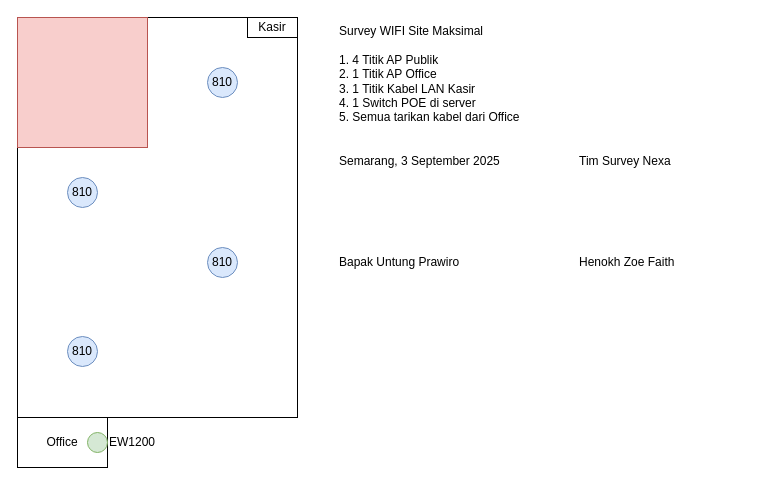
Before: Maksimal Billiard.drawio in hnkzf/topologi-site, a draw.io diagram. Source tidied: cells renumbered, new cells numbered last; positions are measured from the earlier drawing's top-left corner, leaving out a move shared by most shapes. Both pictures are drawn from the tidied source at 100%, with x=0, y=0 at pixel (17, 17).
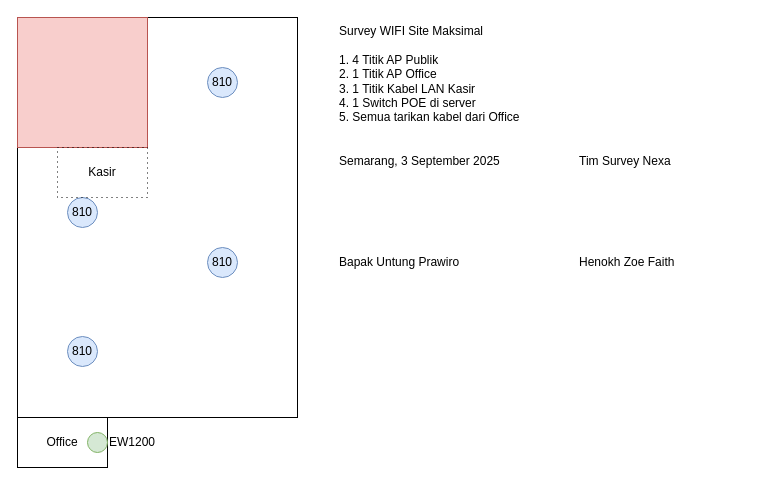
Above is the later version.

What changed in the source:
```diff
@@
 <mxGraphModel>
   <root>
     <mxCell id="0" />
     <mxCell id="1" parent="0" />
     <mxCell id="2" style="rounded=0;whiteSpace=wrap;html=1;" parent="1" vertex="1">
       <mxGeometry width="280" height="400" as="geometry" />
     </mxCell>
     <mxCell id="3" style="rounded=0;whiteSpace=wrap;html=1;fillColor=#f8cecc;strokeColor=#b85450;" parent="1" vertex="1">
       <mxGeometry width="130" height="130" as="geometry" />
     </mxCell>
     <mxCell id="4" value="810" style="ellipse;whiteSpace=wrap;html=1;fillColor=#dae8fc;strokeColor=#6c8ebf;" parent="1" vertex="1">
       <mxGeometry x="190" y="50" width="30" height="30" as="geometry" />
     </mxCell>
     <mxCell id="5" value="810" style="ellipse;whiteSpace=wrap;html=1;fillColor=#dae8fc;strokeColor=#6c8ebf;" parent="1" vertex="1">
-      <mxGeometry x="50" y="160" width="30" height="30" as="geometry" />
+      <mxGeometry x="50" y="180" width="30" height="30" as="geometry" />
     </mxCell>
     <mxCell id="6" value="810" style="ellipse;whiteSpace=wrap;html=1;fillColor=#dae8fc;strokeColor=#6c8ebf;" parent="1" vertex="1">
       <mxGeometry x="50" y="319" width="30" height="30" as="geometry" />
     </mxCell>
     <mxCell id="7" value="810" style="ellipse;whiteSpace=wrap;html=1;fillColor=#dae8fc;strokeColor=#6c8ebf;" parent="1" vertex="1">
       <mxGeometry x="190" y="230" width="30" height="30" as="geometry" />
     </mxCell>
-    <mxCell id="8" value="Kasir" style="rounded=0;whiteSpace=wrap;html=1;" parent="1" vertex="1">
-      <mxGeometry x="230" width="50" height="20" as="geometry" />
+    <mxCell id="8" value="Kasir" style="rounded=0;whiteSpace=wrap;html=1;fillColor=none;dashed=1;dashPattern=1 4;" parent="1" vertex="1">
+      <mxGeometry x="40" y="130" width="90" height="50" as="geometry" />
     </mxCell>
     <mxCell id="9" value="Office" style="rounded=0;whiteSpace=wrap;html=1;" parent="1" vertex="1">
       <mxGeometry y="400" width="90" height="50" as="geometry" />
     </mxCell>
     <mxCell id="10" value="Survey WIFI Site Maksimal&lt;div&gt;&lt;br&gt;&lt;/div&gt;&lt;div&gt;1. 4 Titik AP Publik&lt;/div&gt;&lt;div&gt;2. 1 Titik AP Office&lt;/div&gt;&lt;div&gt;3. 1 Titik Kabel LAN Kasir&lt;/div&gt;&lt;div&gt;4. 1 Switch POE di server&lt;/div&gt;&lt;div&gt;5. Semua tarikan kabel dari Office&lt;/div&gt;" style="text;html=1;align=left;verticalAlign=top;whiteSpace=wrap;rounded=0;" parent="1" vertex="1">
       <mxGeometry x="320" width="250" height="120" as="geometry" />
     </mxCell>
     <mxCell id="11" value="Semarang, 3 September 2025&lt;div&gt;&lt;br&gt;&lt;/div&gt;&lt;div&gt;&lt;br&gt;&lt;/div&gt;&lt;div&gt;&lt;br&gt;&lt;/div&gt;&lt;div&gt;&lt;br&gt;&lt;/div&gt;&lt;div&gt;&lt;br&gt;&lt;/div&gt;&lt;div&gt;&lt;br&gt;&lt;/div&gt;&lt;div&gt;Bapak Untung Prawiro&lt;/div&gt;" style="text;html=1;align=left;verticalAlign=top;whiteSpace=wrap;rounded=0;" parent="1" vertex="1">
       <mxGeometry x="320" y="130" width="170" height="140" as="geometry" />
     </mxCell>
     <mxCell id="12" value="Tim Survey Nexa&lt;br&gt;&lt;div&gt;&lt;br&gt;&lt;/div&gt;&lt;div&gt;&lt;br&gt;&lt;/div&gt;&lt;div&gt;&lt;br&gt;&lt;/div&gt;&lt;div&gt;&lt;br&gt;&lt;/div&gt;&lt;div&gt;&lt;br&gt;&lt;/div&gt;&lt;div&gt;&lt;br&gt;&lt;/div&gt;&lt;div&gt;Henokh Zoe Faith&lt;/div&gt;" style="text;html=1;align=left;verticalAlign=top;whiteSpace=wrap;rounded=0;" parent="1" vertex="1">
       <mxGeometry x="560" y="130" width="170" height="140" as="geometry" />
     </mxCell>
     <mxCell id="13" value="EW1200" style="ellipse;whiteSpace=wrap;html=1;fillColor=#d5e8d4;strokeColor=#82b366;labelPosition=right;verticalLabelPosition=middle;align=left;verticalAlign=middle;" parent="1" vertex="1">
       <mxGeometry x="70" y="415" width="20" height="20" as="geometry" />
     </mxCell>
   </root>
 </mxGraphModel>
```
